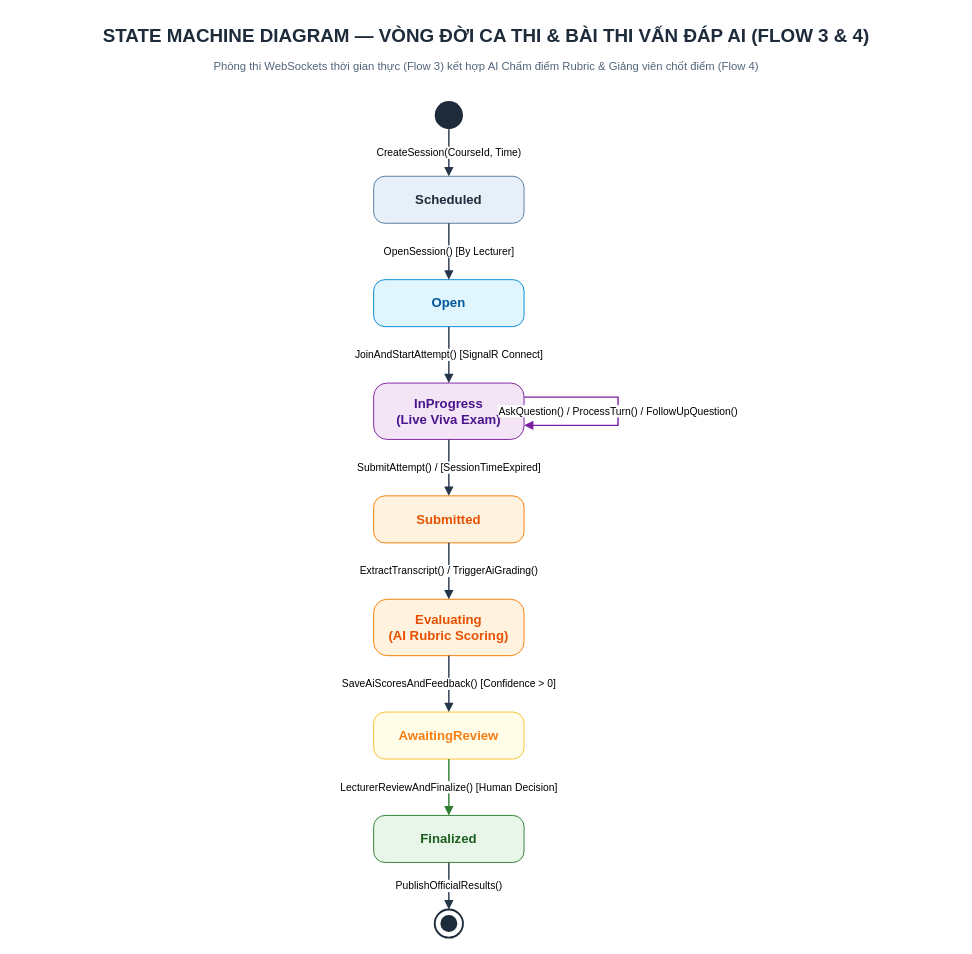
HikariHino/SWD392_Group3 keeps this draw.io diagram as page "Flow 3 & 4 - Exam & Grading Lifecycle" (2 of 2) of docs/State-Machine-Diagrams.drawio. Above is the earlier version. Source tidied: cells renumbered, new cells numbered last; positions are measured from the earlier drawing's top-left corner, leaving out a move shared by most shapes. Both pictures are drawn from the tidied source at 94%, with x=0, y=0 at pixel (16, 16).
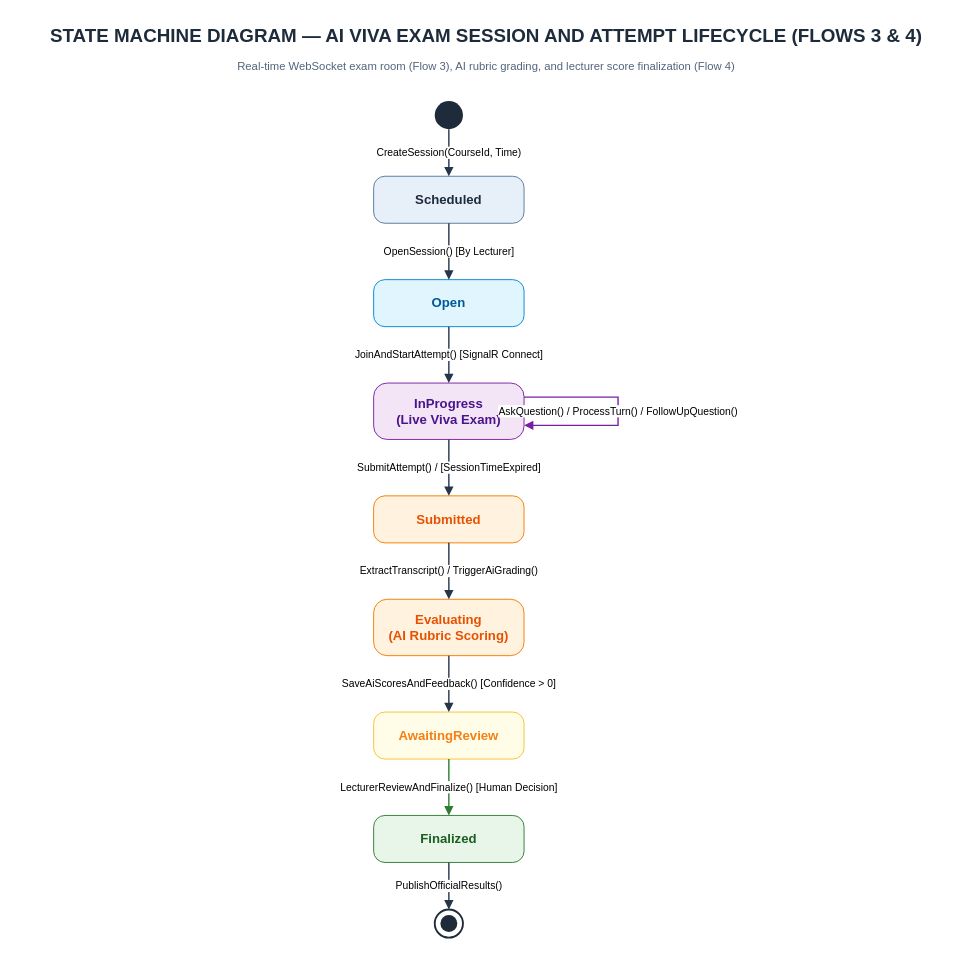
The same diagram, later.

What changed in the source:
```diff
@@
-    <mxCell id="2" value="STATE MACHINE DIAGRAM — VÒNG ĐỜI CA THI &amp; BÀI THI VẤN ĐÁP AI (FLOW 3 &amp; 4)" style="text;html=1;strokeColor=none;fillColor=none;align=center;verticalAlign=middle;whiteSpace=wrap;fontColor=#1d2b3a;fontFamily=Arial;fontSize=20;fontStyle=1;" parent="1" vertex="1">
+    <mxCell id="2" value="STATE MACHINE DIAGRAM — AI VIVA EXAM SESSION AND ATTEMPT LIFECYCLE (FLOWS 3 &amp; 4)" style="text;html=1;strokeColor=none;fillColor=none;align=center;verticalAlign=middle;whiteSpace=wrap;fontColor=#1d2b3a;fontFamily=Arial;fontSize=20;fontStyle=1;" parent="1" vertex="1">
       <mxGeometry width="1000" height="40" as="geometry" />
     </mxCell>
-    <mxCell id="3" value="Phòng thi WebSockets thời gian thực (Flow 3) kết hợp AI Chấm điểm Rubric &amp; Giảng viên chốt điểm (Flow 4)" style="text;html=1;strokeColor=none;fillColor=none;align=center;verticalAlign=middle;whiteSpace=wrap;fontColor=#52657b;fontFamily=Arial;fontSize=12;fontStyle=0;" parent="1" vertex="1">
+    <mxCell id="3" value="Real-time WebSocket exam room (Flow 3), AI rubric grading, and lecturer score finalization (Flow 4)" style="text;html=1;strokeColor=none;fillColor=none;align=center;verticalAlign=middle;whiteSpace=wrap;fontColor=#52657b;fontFamily=Arial;fontSize=12;fontStyle=0;" parent="1" vertex="1">
       <mxGeometry y="40" width="1000" height="25" as="geometry" />
     </mxCell>
```
